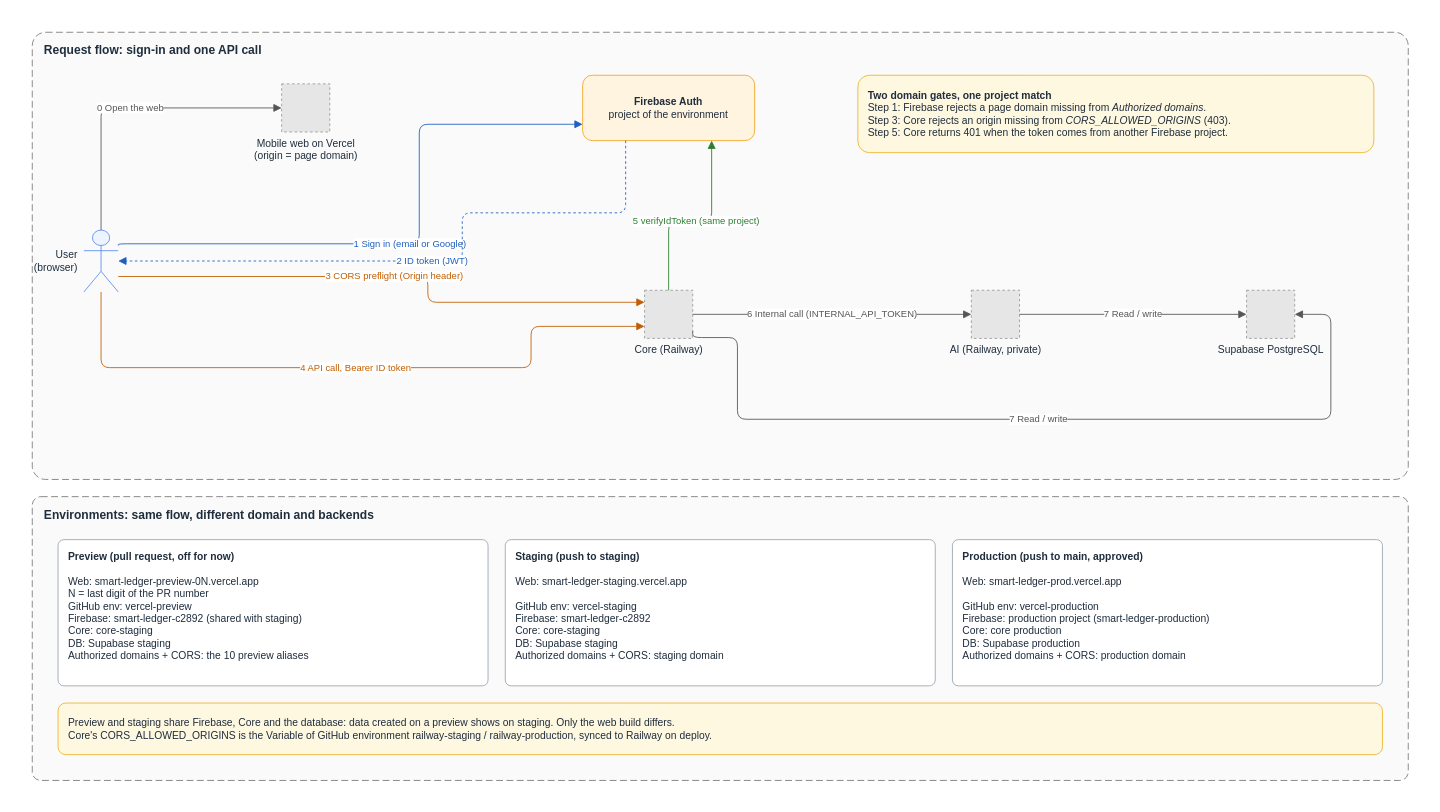
Above: docs/architecture/diagrams/src/auth-request-flow.drawio in miphu2804/smart-ledger (draw.io), before the change. Source tidied: cells renumbered, new cells numbered last; positions are measured from the earlier drawing's top-left corner, leaving out a move shared by most shapes. Both pictures are drawn from the tidied source at 86%, with x=0, y=0 at pixel (15, 15). Pictures stored in the file or linked from it are replaced by grey dashed boxes.
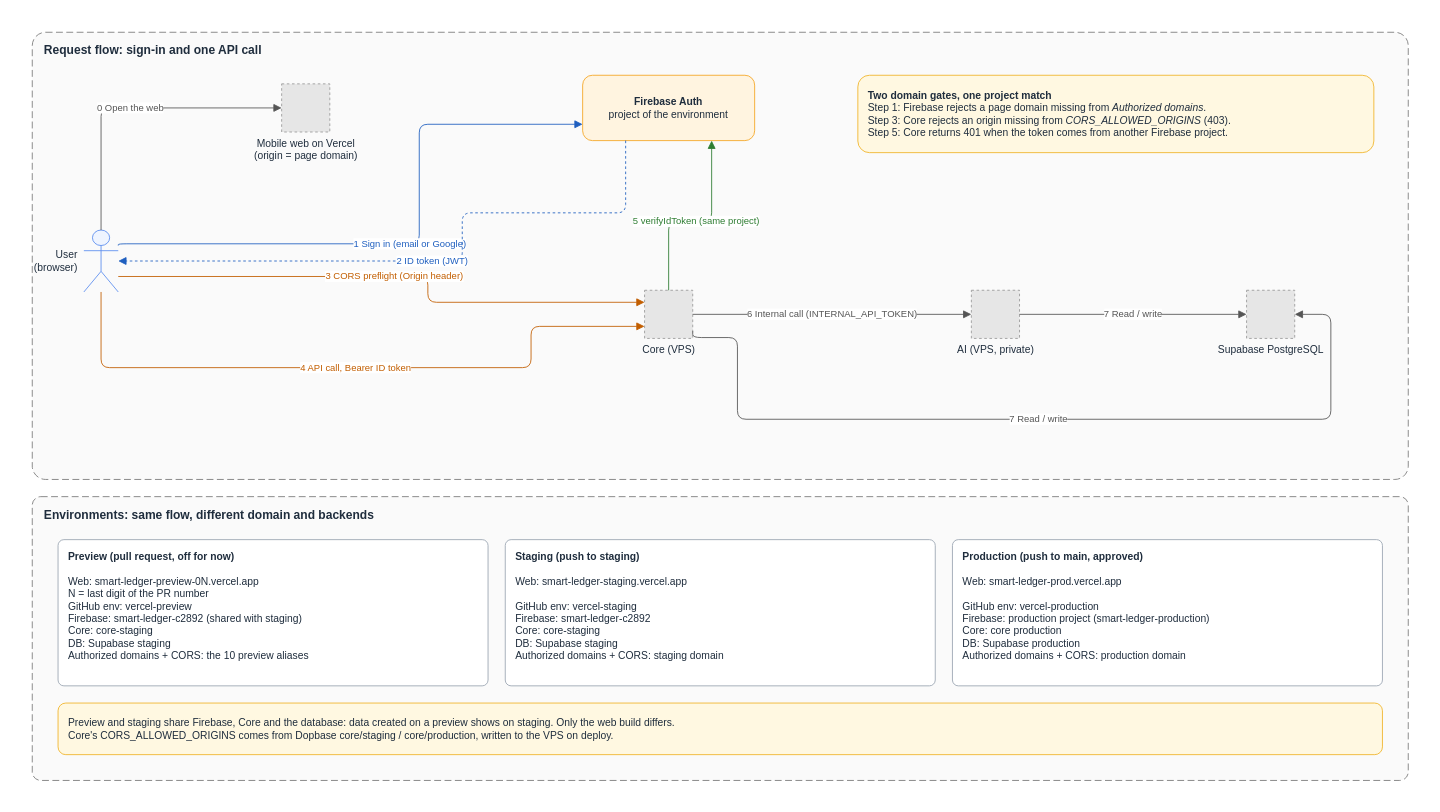
Above is the later version.

Commit message (it also covers changes not shown here):
docs: describe the backend host as the vps instead of railway

The change refers to these unchanged cells:
```xml
<mxCell id="3" value="Request flow: sign-in and one API call" style="rounded=1;arcSize=3;whiteSpace=wrap;html=1;dashed=1;dashPattern=8 4;fillColor=#fafafa;strokeColor=#7a7a7a;fontColor=#1f2d3d;verticalAlign=top;align=left;spacingLeft=12;spacingTop=6;fontStyle=1;fontSize=14;" parent="1" vertex="1">
  <mxGeometry x="20" y="20" width="1600" height="520" as="geometry" />
</mxCell>
<mxCell id="20" value="Environments: same flow, different domain and backends" style="rounded=1;arcSize=3;whiteSpace=wrap;html=1;dashed=1;dashPattern=8 4;fillColor=#fafafa;strokeColor=#7a7a7a;fontColor=#1f2d3d;verticalAlign=top;align=left;spacingLeft=12;spacingTop=6;fontStyle=1;fontSize=14;" parent="1" vertex="1">
  <mxGeometry x="20" y="560" width="1600" height="330" as="geometry" />
</mxCell>
```

The edit, as a diff of the source:
```diff
@@
-    <mxCell id="7" value="Core (Railway)" style="fillColor=#E6E6E6;strokeColor=#999999;dashed=1;html=1;verticalLabelPosition=bottom;verticalAlign=top;fontSize=12;fontColor=#1f2d3d;labelBackgroundColor=none;" parent="3" vertex="1">
+    <mxCell id="7" value="Core (VPS)" style="fillColor=#E6E6E6;strokeColor=#999999;dashed=1;html=1;verticalLabelPosition=bottom;verticalAlign=top;fontSize=12;fontColor=#1f2d3d;labelBackgroundColor=none;" parent="3" vertex="1">
       <mxGeometry x="712" y="300" width="56" height="56" as="geometry" />
     </mxCell>
-    <mxCell id="8" value="AI (Railway, private)" style="fillColor=#E6E6E6;strokeColor=#999999;dashed=1;html=1;verticalLabelPosition=bottom;verticalAlign=top;fontSize=12;fontColor=#1f2d3d;labelBackgroundColor=none;" parent="3" vertex="1">
+    <mxCell id="8" value="AI (VPS, private)" style="fillColor=#E6E6E6;strokeColor=#999999;dashed=1;html=1;verticalLabelPosition=bottom;verticalAlign=top;fontSize=12;fontColor=#1f2d3d;labelBackgroundColor=none;" parent="3" vertex="1">
       <mxGeometry x="1092" y="300" width="56" height="56" as="geometry" />
     </mxCell>
@@
-    <mxCell id="24" value="Preview and staging share Firebase, Core and the database: data created on a preview shows on staging. Only the web build differs.&lt;br&gt;Core's CORS_ALLOWED_ORIGINS is the Variable of GitHub environment railway-staging / railway-production, synced to Railway on deploy." style="rounded=1;whiteSpace=wrap;html=1;fillColor=#fff8e1;strokeColor=#f0b429;fontColor=#1f2d3d;align=left;spacingLeft=10;fontSize=12;" parent="20" vertex="1">
+    <mxCell id="24" value="Preview and staging share Firebase, Core and the database: data created on a preview shows on staging. Only the web build differs.&lt;br&gt;Core's CORS_ALLOWED_ORIGINS comes from Dopbase core/staging / core/production, written to the VPS on deploy." style="rounded=1;whiteSpace=wrap;html=1;fillColor=#fff8e1;strokeColor=#f0b429;fontColor=#1f2d3d;align=left;spacingLeft=10;fontSize=12;" parent="20" vertex="1">
       <mxGeometry x="30" y="240" width="1540" height="60" as="geometry" />
     </mxCell>
```
